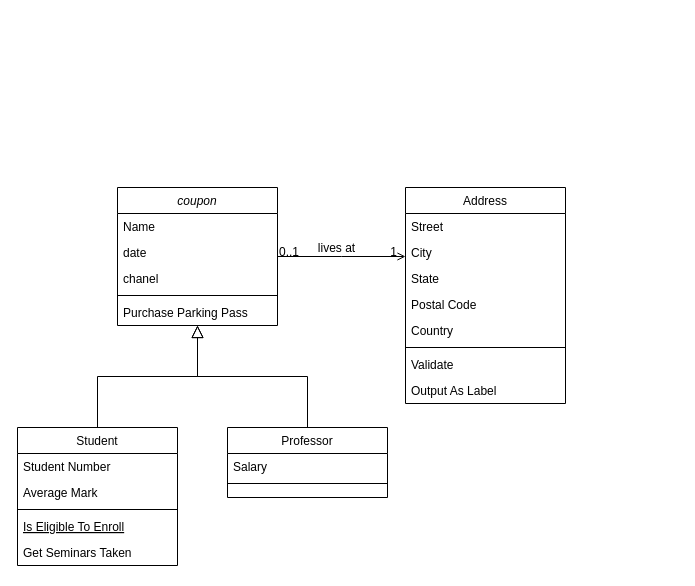
Above: 优惠券.drawio in xyz-lyjoe/draw (draw.io), before the change. Source tidied: cells renumbered, new cells numbered last; positions are measured from the earlier drawing's top-left corner, leaving out a move shared by most shapes. Both pictures are drawn from the tidied source at 100%, with x=0, y=0 at pixel (17, 187).
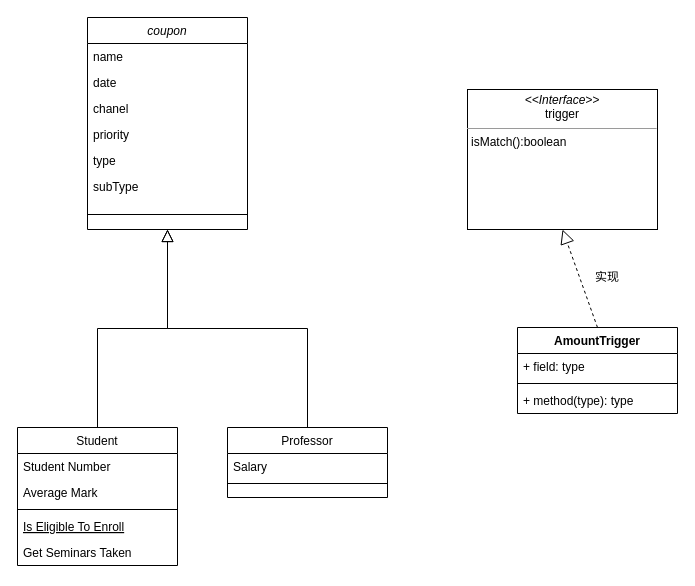
After the change.

Commit message:
更新优惠券.drawio

What changed in the source:
```diff
@@
     <mxCell id="2" value="coupon" style="swimlane;fontStyle=2;align=center;verticalAlign=top;horizontal=1;startSize=26;rounded=0;shadow=0;strokeWidth=1;" parent="1" vertex="1">
-      <mxGeometry x="100" width="160" height="138" as="geometry" />
+      <mxGeometry x="70" y="-170" width="160" height="212" as="geometry" />
     </mxCell>
-    <mxCell id="3" value="Name" style="text;align=left;verticalAlign=top;spacingLeft=4;spacingRight=4;overflow=hidden;" parent="2" vertex="1">
+    <mxCell id="3" value="name" style="text;align=left;verticalAlign=top;spacingLeft=4;spacingRight=4;overflow=hidden;" parent="2" vertex="1">
       <mxGeometry y="26" width="160" height="26" as="geometry" />
     </mxCell>
@@
+    <mxCell id="32" value="chanel" style="text;align=left;verticalAlign=top;spacingLeft=4;spacingRight=4;overflow=hidden;rounded=0;shadow=0;html=0;" parent="2" vertex="1">
+      <mxGeometry y="78" width="160" height="26" as="geometry" />
+    </mxCell>
-    <mxCell id="5" value="chanel" style="text;align=left;verticalAlign=top;spacingLeft=4;spacingRight=4;overflow=hidden;rounded=0;shadow=0;html=0;" parent="2" vertex="1">
-      <mxGeometry y="78" width="160" height="26" as="geometry" />
+    <mxCell id="5" value="priority" style="text;align=left;verticalAlign=top;spacingLeft=4;spacingRight=4;overflow=hidden;rounded=0;shadow=0;html=0;" parent="2" vertex="1">
+      <mxGeometry y="104" width="160" height="26" as="geometry" />
     </mxCell>
+    <mxCell id="33" value="type" style="text;strokeColor=none;fillColor=none;align=left;verticalAlign=top;spacingLeft=4;spacingRight=4;overflow=hidden;" parent="2" vertex="1">
+      <mxGeometry y="130" width="160" height="26" as="geometry" />
+    </mxCell>
+    <mxCell id="34" value="subType" style="text;strokeColor=none;fillColor=none;align=left;verticalAlign=top;spacingLeft=4;spacingRight=4;overflow=hidden;" parent="2" vertex="1">
+      <mxGeometry y="156" width="160" height="26" as="geometry" />
+    </mxCell>
     <mxCell id="6" style="line;html=1;strokeWidth=1;align=left;verticalAlign=middle;spacingTop=-1;spacingLeft=3;spacingRight=3;labelPosition=right;" parent="2" vertex="1">
-      <mxGeometry y="104" width="160" height="8" as="geometry" />
+      <mxGeometry y="182" width="160" height="30" as="geometry" />
     </mxCell>
-    <mxCell id="7" value="Purchase Parking Pass" style="text;align=left;verticalAlign=top;spacingLeft=4;spacingRight=4;overflow=hidden;" parent="2" vertex="1">
-      <mxGeometry y="112" width="160" height="26" as="geometry" />
-    </mxCell>
@@
-    <mxCell id="19" value="Address" style="swimlane;fontStyle=0;align=center;verticalAlign=top;horizontal=1;startSize=26;rounded=0;shadow=0;strokeWidth=1;" parent="1" vertex="1">
-      <mxGeometry x="388" width="160" height="216" as="geometry" />
-    </mxCell>
-    <mxCell id="20" value="Street" style="text;align=left;verticalAlign=top;spacingLeft=4;spacingRight=4;overflow=hidden;" parent="19" vertex="1">
-      <mxGeometry y="26" width="160" height="26" as="geometry" />
-    </mxCell>
-    <mxCell id="21" value="City" style="text;align=left;verticalAlign=top;spacingLeft=4;spacingRight=4;overflow=hidden;rounded=0;shadow=0;html=0;" parent="19" vertex="1">
-      <mxGeometry y="52" width="160" height="26" as="geometry" />
-    </mxCell>
-    <mxCell id="22" value="State" style="text;align=left;verticalAlign=top;spacingLeft=4;spacingRight=4;overflow=hidden;rounded=0;shadow=0;html=0;" parent="19" vertex="1">
-      <mxGeometry y="78" width="160" height="26" as="geometry" />
-    </mxCell>
-    <mxCell id="23" value="Postal Code" style="text;align=left;verticalAlign=top;spacingLeft=4;spacingRight=4;overflow=hidden;rounded=0;shadow=0;html=0;" parent="19" vertex="1">
-      <mxGeometry y="104" width="160" height="26" as="geometry" />
-    </mxCell>
-    <mxCell id="24" value="Country" style="text;align=left;verticalAlign=top;spacingLeft=4;spacingRight=4;overflow=hidden;rounded=0;shadow=0;html=0;" parent="19" vertex="1">
-      <mxGeometry y="130" width="160" height="26" as="geometry" />
-    </mxCell>
-    <mxCell id="25" style="line;html=1;strokeWidth=1;align=left;verticalAlign=middle;spacingTop=-1;spacingLeft=3;spacingRight=3;labelPosition=right;" parent="19" vertex="1">
-      <mxGeometry y="156" width="160" height="8" as="geometry" />
-    </mxCell>
-    <mxCell id="26" value="Validate" style="text;align=left;verticalAlign=top;spacingLeft=4;spacingRight=4;overflow=hidden;" parent="19" vertex="1">
-      <mxGeometry y="164" width="160" height="26" as="geometry" />
-    </mxCell>
-    <mxCell id="27" value="Output As Label" style="text;align=left;verticalAlign=top;spacingLeft=4;spacingRight=4;overflow=hidden;" parent="19" vertex="1">
-      <mxGeometry y="190" width="160" height="26" as="geometry" />
-    </mxCell>
-    <mxCell id="28" style="endArrow=open;shadow=0;strokeWidth=1;rounded=0;endFill=1;edgeStyle=elbowEdgeStyle;elbow=vertical;" parent="1" edge="1" source="2" target="19">
-      <mxGeometry x="0.5" y="41" relative="1" as="geometry">
-        <mxPoint x="-40" y="32" as="offset" />
-      </mxGeometry>
-    </mxCell>
-    <mxCell id="29" value="0..1" style="align=left;verticalAlign=bottom;labelBackgroundColor=none;fontSize=12;" parent="28" vertex="1">
-      <mxGeometry x="-1" relative="1" as="geometry">
-        <mxPoint y="4" as="offset" />
-      </mxGeometry>
-    </mxCell>
-    <mxCell id="30" value="1" style="align=right;verticalAlign=bottom;labelBackgroundColor=none;fontSize=12;" parent="28" vertex="1">
-      <mxGeometry x="1" relative="1" as="geometry">
-        <mxPoint x="-7" y="4" as="offset" />
-      </mxGeometry>
-    </mxCell>
-    <mxCell id="31" value="lives at" style="text;html=1;align=center;verticalAlign=middle;labelBackgroundColor=none;rounded=0;shadow=0;strokeWidth=1;fontSize=12;" parent="28" vertex="1">
-      <mxGeometry x="0.5" y="49" relative="1" as="geometry">
-        <mxPoint x="-38" y="40" as="offset" />
-      </mxGeometry>
-    </mxCell>
+    <mxCell id="35" value="AmountTrigger" style="swimlane;fontStyle=1;align=center;verticalAlign=top;horizontal=1;startSize=26;" parent="1" vertex="1">
+      <mxGeometry x="500" y="140" width="160" height="86" as="geometry" />
+    </mxCell>
+    <mxCell id="36" value="+ field: type" style="text;strokeColor=none;fillColor=none;align=left;verticalAlign=top;spacingLeft=4;spacingRight=4;overflow=hidden;" parent="35" vertex="1">
+      <mxGeometry y="26" width="160" height="26" as="geometry" />
+    </mxCell>
+    <mxCell id="37" style="line;strokeWidth=1;fillColor=none;align=left;verticalAlign=middle;spacingTop=-1;spacingLeft=3;spacingRight=3;labelPosition=right;" parent="35" vertex="1">
+      <mxGeometry y="52" width="160" height="8" as="geometry" />
+    </mxCell>
+    <mxCell id="38" value="+ method(type): type" style="text;strokeColor=none;fillColor=none;align=left;verticalAlign=top;spacingLeft=4;spacingRight=4;overflow=hidden;" parent="35" vertex="1">
+      <mxGeometry y="60" width="160" height="26" as="geometry" />
+    </mxCell>
+    <mxCell id="39" value="&lt;p style=&quot;margin: 0px ; margin-top: 4px ; text-align: center&quot;&gt;&lt;i&gt;&amp;lt;&amp;lt;Interface&amp;gt;&amp;gt;&lt;/i&gt;&lt;br&gt;trigger&lt;/p&gt;&lt;hr size=&quot;1&quot;&gt;&lt;p style=&quot;margin: 0px ; margin-left: 4px&quot;&gt;isMatch():boolean&lt;br&gt;&lt;/p&gt;" style="verticalAlign=top;align=left;overflow=fill;fontSize=12;fontFamily=Helvetica;html=1;" parent="1" vertex="1">
+      <mxGeometry x="450" y="-98" width="190" height="140" as="geometry" />
+    </mxCell>
+    <mxCell id="40" style="endArrow=block;dashed=1;endFill=0;endSize=12;html=1;entryX=0.5;entryY=1;entryDx=0;entryDy=0;exitX=0.5;exitY=0;exitDx=0;exitDy=0;" parent="1" edge="1" source="35" target="39">
+      <mxGeometry relative="1" as="geometry" />
+    </mxCell>
+    <mxCell id="41" value="实现" style="text;html=1;strokeColor=none;fillColor=none;align=center;verticalAlign=middle;whiteSpace=wrap;rounded=0;" parent="1" vertex="1">
+      <mxGeometry x="570" y="80" width="40" height="20" as="geometry" />
+    </mxCell>
```
